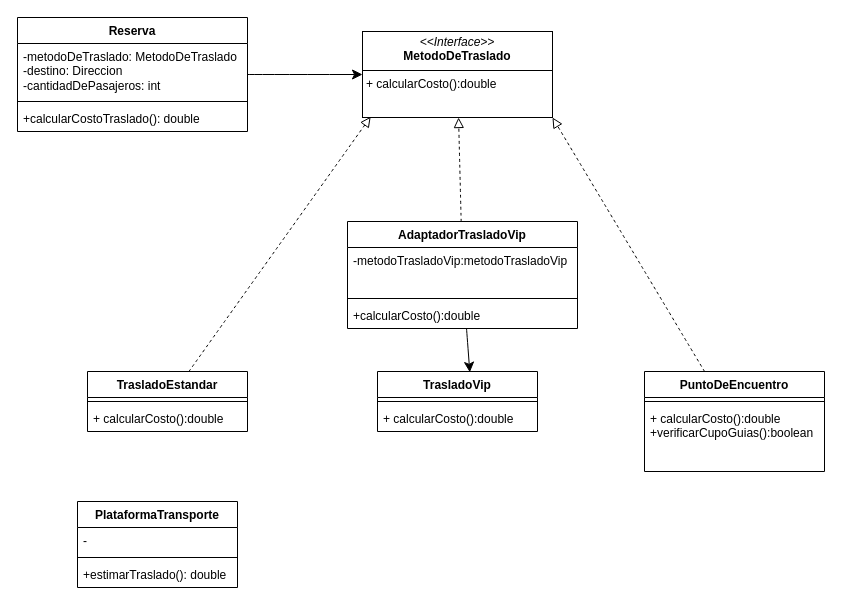
camilaines-prog/unqui-po2-mela keeps this draw.io diagram as metodoDeTraslado.drawio. Above is the earlier version. Source tidied: cells renumbered, new cells numbered last; positions are measured from the earlier drawing's top-left corner, leaving out a move shared by most shapes. Both pictures are drawn from the tidied source at 100%, with x=0, y=0 at pixel (17, 17).
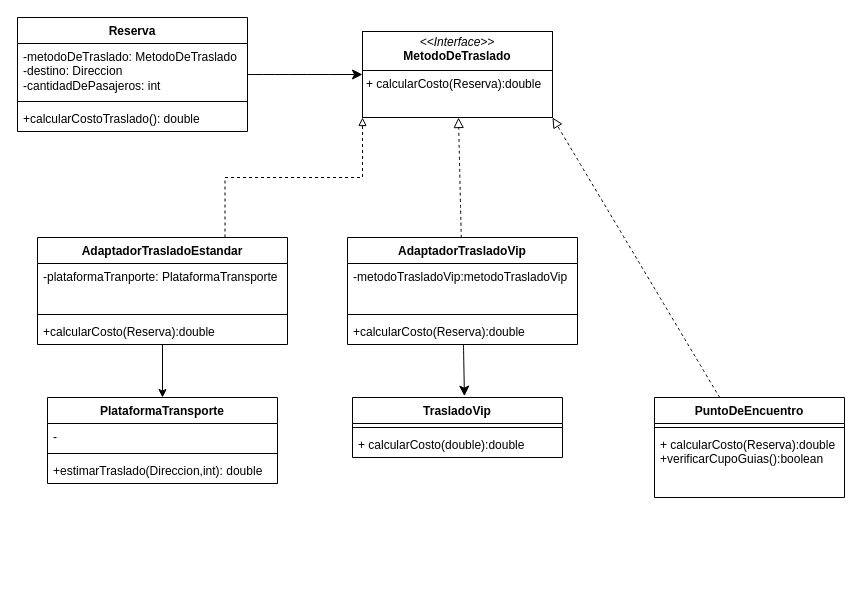
After the change.

Diff of the diagram source:
```diff
@@
     <mxCell id="3" value="PuntoDeEncuentro" style="swimlane;fontStyle=1;align=center;verticalAlign=top;horizontal=1;startSize=26;whiteSpace=wrap;html=1;" parent="1" vertex="1">
-      <mxGeometry x="627" y="354" width="180" height="100" as="geometry" />
+      <mxGeometry x="637" y="380" width="190" height="100" as="geometry" />
     </mxCell>
     <mxCell id="4" style="line;strokeWidth=1;fillColor=none;align=left;verticalAlign=middle;spacingTop=-1;spacingLeft=3;spacingRight=3;labelPosition=right;strokeColor=inherit;" parent="3" vertex="1">
-      <mxGeometry y="26" width="180" height="8" as="geometry" />
+      <mxGeometry y="26" width="190" height="8" as="geometry" />
     </mxCell>
-    <mxCell id="5" value="+ calcularCosto():double&lt;div&gt;+verificarCupoGuias():boolean&lt;/div&gt;" style="text;strokeColor=none;fillColor=none;align=left;verticalAlign=top;spacingLeft=4;spacingRight=4;overflow=hidden;whiteSpace=wrap;html=1;" parent="3" vertex="1">
-      <mxGeometry y="34" width="180" height="66" as="geometry" />
+    <mxCell id="5" value="+ calcularCosto(Reserva):double&lt;div&gt;+verificarCupoGuias():boolean&lt;/div&gt;" style="text;strokeColor=none;fillColor=none;align=left;verticalAlign=top;spacingLeft=4;spacingRight=4;overflow=hidden;whiteSpace=wrap;html=1;" parent="3" vertex="1">
+      <mxGeometry y="34" width="190" height="66" as="geometry" />
     </mxCell>
     <mxCell id="6" value="TrasladoVip" style="swimlane;fontStyle=1;align=center;verticalAlign=top;horizontal=1;startSize=26;whiteSpace=wrap;html=1;" parent="1" vertex="1">
-      <mxGeometry x="360" y="354" width="160" height="60" as="geometry" />
+      <mxGeometry x="335" y="380" width="210" height="60" as="geometry" />
     </mxCell>
     <mxCell id="7" style="line;strokeWidth=1;fillColor=none;align=left;verticalAlign=middle;spacingTop=-1;spacingLeft=3;spacingRight=3;labelPosition=right;strokeColor=inherit;" parent="6" vertex="1">
-      <mxGeometry y="26" width="160" height="8" as="geometry" />
+      <mxGeometry y="26" width="210" height="8" as="geometry" />
     </mxCell>
-    <mxCell id="8" value="+ calcularCosto():double" style="text;strokeColor=none;fillColor=none;align=left;verticalAlign=top;spacingLeft=4;spacingRight=4;overflow=hidden;whiteSpace=wrap;html=1;" parent="6" vertex="1">
-      <mxGeometry y="34" width="160" height="26" as="geometry" />
+    <mxCell id="8" value="+ calcularCosto(double):double" style="text;strokeColor=none;fillColor=none;align=left;verticalAlign=top;spacingLeft=4;spacingRight=4;overflow=hidden;whiteSpace=wrap;html=1;" parent="6" vertex="1">
+      <mxGeometry y="34" width="210" height="26" as="geometry" />
     </mxCell>
-    <mxCell id="9" style="edgeStyle=none;curved=1;rounded=0;curveGeometry=1;jettySize=auto;html=1;fontSize=12;startSize=8;endSize=8;entryX=0.043;entryY=0.991;entryDx=0;entryDy=0;entryPerimeter=0;dashed=1;endArrow=block;endFill=0;" parent="1" edge="1" source="10" target="18">
-      <mxGeometry relative="1" as="geometry" />
-    </mxCell>
-    <mxCell id="10" value="TrasladoEstandar" style="swimlane;fontStyle=1;align=center;verticalAlign=top;horizontal=1;startSize=26;whiteSpace=wrap;html=1;" parent="1" vertex="1">
-      <mxGeometry x="70" y="354" width="160" height="60" as="geometry" />
-    </mxCell>
-    <mxCell id="11" style="line;strokeWidth=1;fillColor=none;align=left;verticalAlign=middle;spacingTop=-1;spacingLeft=3;spacingRight=3;labelPosition=right;strokeColor=inherit;" parent="10" vertex="1">
-      <mxGeometry y="26" width="160" height="8" as="geometry" />
-    </mxCell>
-    <mxCell id="12" value="+ calcularCosto():double" style="text;strokeColor=none;fillColor=none;align=left;verticalAlign=top;spacingLeft=4;spacingRight=4;overflow=hidden;whiteSpace=wrap;html=1;" parent="10" vertex="1">
-      <mxGeometry y="34" width="160" height="26" as="geometry" />
-    </mxCell>
@@
-    <mxCell id="18" value="&lt;p style=&quot;margin:0px;margin-top:4px;text-align:center;&quot;&gt;&lt;i&gt;&amp;lt;&amp;lt;Interface&amp;gt;&amp;gt;&lt;/i&gt;&lt;br&gt;&lt;b&gt;MetodoDeTraslado&lt;/b&gt;&lt;/p&gt;&lt;hr size=&quot;1&quot; style=&quot;border-style:solid;&quot;&gt;&lt;p style=&quot;margin:0px;margin-left:4px;&quot;&gt;+ calcularCosto():double&lt;br&gt;&lt;/p&gt;" style="verticalAlign=top;align=left;overflow=fill;html=1;whiteSpace=wrap;" parent="1" vertex="1">
+    <mxCell id="18" value="&lt;p style=&quot;margin:0px;margin-top:4px;text-align:center;&quot;&gt;&lt;i&gt;&amp;lt;&amp;lt;Interface&amp;gt;&amp;gt;&lt;/i&gt;&lt;br&gt;&lt;b&gt;MetodoDeTraslado&lt;/b&gt;&lt;/p&gt;&lt;hr size=&quot;1&quot; style=&quot;border-style:solid;&quot;&gt;&lt;p style=&quot;margin:0px;margin-left:4px;&quot;&gt;+ calcularCosto(Reserva):double&lt;br&gt;&lt;/p&gt;" style="verticalAlign=top;align=left;overflow=fill;html=1;whiteSpace=wrap;" parent="1" vertex="1">
       <mxGeometry x="345" y="14" width="190" height="86" as="geometry" />
     </mxCell>
-    <mxCell id="19" style="edgeStyle=none;curved=1;rounded=0;curveGeometry=1;jettySize=auto;html=1;fontSize=12;startSize=8;endSize=8;entryX=0.577;entryY=0.013;entryDx=0;entryDy=0;entryPerimeter=0;" parent="1" edge="1" source="21" target="6">
+    <mxCell id="19" style="edgeStyle=none;curved=1;rounded=0;curveGeometry=1;jettySize=auto;html=1;fontSize=12;startSize=8;endSize=8;entryX=0.533;entryY=-0.023;entryDx=0;entryDy=0;entryPerimeter=0;" parent="1" edge="1" source="21" target="6">
       <mxGeometry relative="1" as="geometry" />
     </mxCell>
@@
     <mxCell id="21" value="AdaptadorTrasladoVip" style="swimlane;fontStyle=1;align=center;verticalAlign=top;horizontal=1;startSize=26;whiteSpace=wrap;html=1;" parent="1" vertex="1">
-      <mxGeometry x="330" y="204" width="230" height="107" as="geometry" />
+      <mxGeometry x="330" y="220" width="230" height="107" as="geometry" />
     </mxCell>
@@
-    <mxCell id="24" value="+calcularCosto():double" style="text;strokeColor=none;fillColor=none;align=left;verticalAlign=top;spacingLeft=4;spacingRight=4;overflow=hidden;whiteSpace=wrap;html=1;" parent="21" vertex="1">
+    <mxCell id="24" value="+calcularCosto(Reserva):double" style="text;strokeColor=none;fillColor=none;align=left;verticalAlign=top;spacingLeft=4;spacingRight=4;overflow=hidden;whiteSpace=wrap;html=1;" parent="21" vertex="1">
       <mxGeometry y="81" width="230" height="26" as="geometry" />
     </mxCell>
     <mxCell id="25" value="PlataformaTransporte" style="swimlane;fontStyle=1;align=center;verticalAlign=top;horizontal=1;startSize=26;whiteSpace=wrap;html=1;" parent="1" vertex="1">
-      <mxGeometry x="60" y="484" width="160" height="86" as="geometry" />
+      <mxGeometry x="30" y="380" width="230" height="86" as="geometry" />
     </mxCell>
     <mxCell id="26" value="-" style="text;strokeColor=none;fillColor=none;align=left;verticalAlign=top;spacingLeft=4;spacingRight=4;overflow=hidden;whiteSpace=wrap;html=1;" parent="25" vertex="1">
-      <mxGeometry y="26" width="160" height="26" as="geometry" />
+      <mxGeometry y="26" width="230" height="26" as="geometry" />
     </mxCell>
     <mxCell id="27" style="line;strokeWidth=1;fillColor=none;align=left;verticalAlign=middle;spacingTop=-1;spacingLeft=3;spacingRight=3;labelPosition=right;strokeColor=inherit;" parent="25" vertex="1">
-      <mxGeometry y="52" width="160" height="8" as="geometry" />
+      <mxGeometry y="52" width="230" height="8" as="geometry" />
     </mxCell>
-    <mxCell id="28" value="+estimarTraslado(): double" style="text;strokeColor=none;fillColor=none;align=left;verticalAlign=top;spacingLeft=4;spacingRight=4;overflow=hidden;whiteSpace=wrap;html=1;" parent="25" vertex="1">
-      <mxGeometry y="60" width="160" height="26" as="geometry" />
+    <mxCell id="28" value="+estimarTraslado(Direccion,int): double" style="text;strokeColor=none;fillColor=none;align=left;verticalAlign=top;spacingLeft=4;spacingRight=4;overflow=hidden;whiteSpace=wrap;html=1;" parent="25" vertex="1">
+      <mxGeometry y="60" width="230" height="26" as="geometry" />
     </mxCell>
+    <mxCell id="29" style="edgeStyle=orthogonalEdgeStyle;rounded=0;jettySize=auto;html=1;defaultLabelBackgroundColor=page;" parent="1" edge="1" source="31" target="25">
+      <mxGeometry relative="1" as="geometry" />
+    </mxCell>
+    <mxCell id="30" style="edgeStyle=orthogonalEdgeStyle;rounded=0;jettySize=auto;html=1;defaultLabelBackgroundColor=page;entryX=0;entryY=1;entryDx=0;entryDy=0;exitX=0.75;exitY=0;exitDx=0;exitDy=0;dashed=1;endArrow=block;endFill=0;" parent="1" edge="1" source="31" target="18">
+      <mxGeometry relative="1" as="geometry" />
+    </mxCell>
+    <mxCell id="31" value="AdaptadorTrasladoEstandar" style="swimlane;fontStyle=1;align=center;verticalAlign=top;horizontal=1;startSize=26;whiteSpace=wrap;html=1;" parent="1" vertex="1">
+      <mxGeometry x="20" y="220" width="250" height="107" as="geometry" />
+    </mxCell>
+    <mxCell id="32" value="-plataformaTranporte: PlataformaTransporte" style="text;strokeColor=none;fillColor=none;align=left;verticalAlign=top;spacingLeft=4;spacingRight=4;overflow=hidden;whiteSpace=wrap;html=1;" parent="31" vertex="1">
+      <mxGeometry y="26" width="250" height="47" as="geometry" />
+    </mxCell>
+    <mxCell id="33" style="line;strokeWidth=1;fillColor=none;align=left;verticalAlign=middle;spacingTop=-1;spacingLeft=3;spacingRight=3;labelPosition=right;strokeColor=inherit;" parent="31" vertex="1">
+      <mxGeometry y="73" width="250" height="8" as="geometry" />
+    </mxCell>
+    <mxCell id="34" value="+calcularCosto(Reserva):double" style="text;strokeColor=none;fillColor=none;align=left;verticalAlign=top;spacingLeft=4;spacingRight=4;overflow=hidden;whiteSpace=wrap;html=1;" parent="31" vertex="1">
+      <mxGeometry y="81" width="250" height="26" as="geometry" />
+    </mxCell>
```
